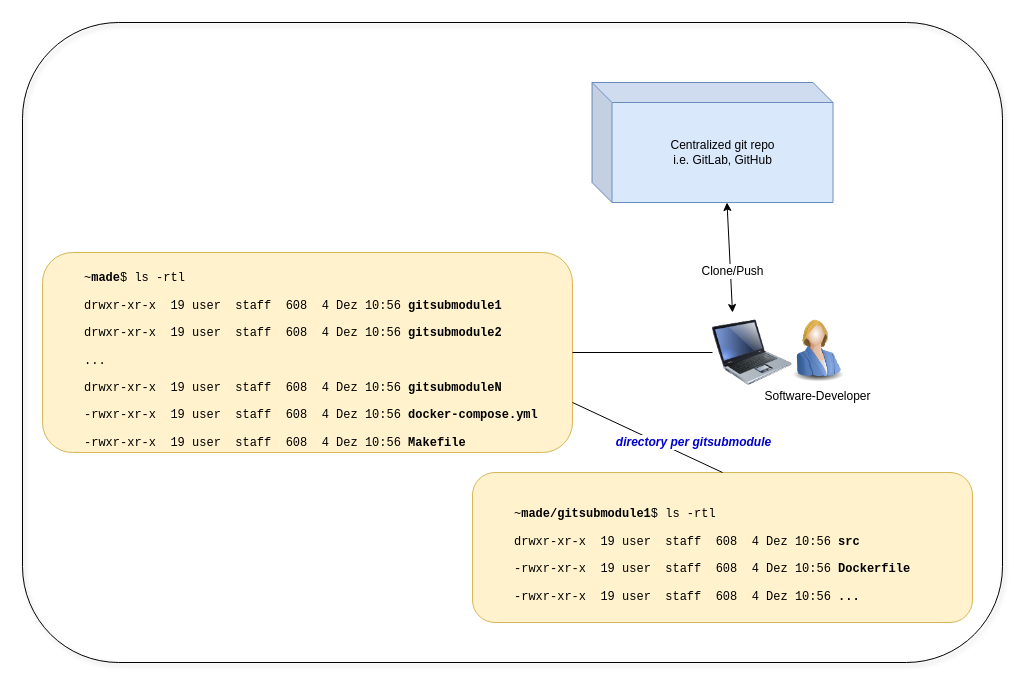
The draw.io diagram docs/overview_it_platform.drawio in erebos12/made, before the edit. Source tidied: cells renumbered, new cells numbered last; positions are measured from the earlier drawing's top-left corner, leaving out a move shared by most shapes. Both pictures are drawn from the tidied source at 100%, with x=0, y=0 at pixel (22, 22).
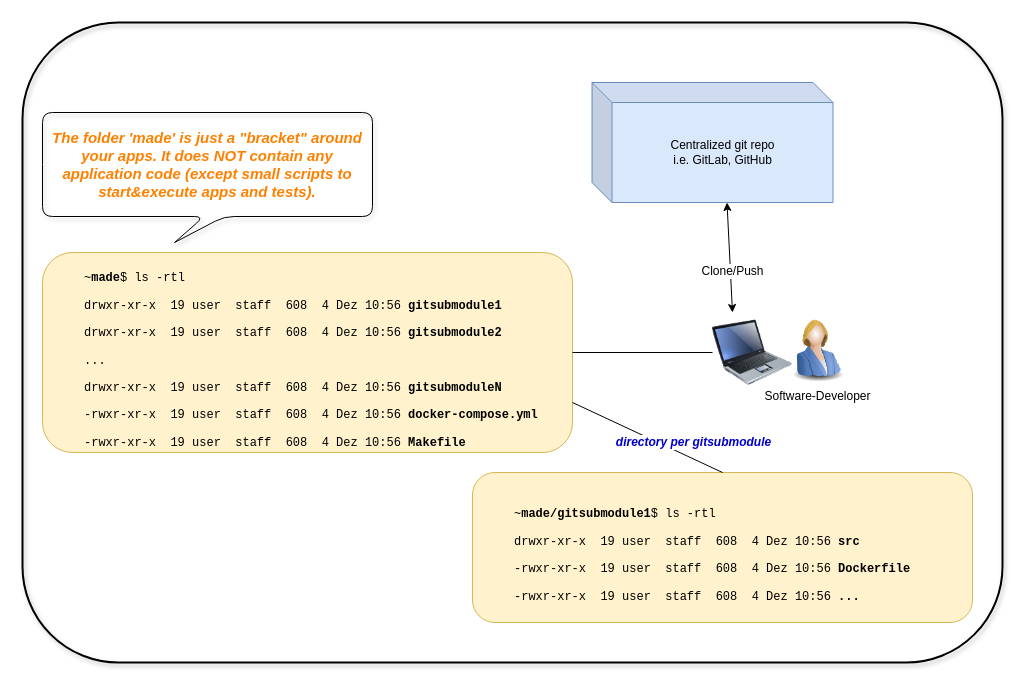
After the change.

Diff of the diagram source:
```diff
@@
 <mxGraphModel>
   <root>
     <mxCell id="0" />
     <mxCell id="1" parent="0" />
     <mxCell id="2" value="Centralized git repo &lt;br&gt;i.e. GitLab, GitHub" style="shape=cube;whiteSpace=wrap;html=1;boundedLbl=1;backgroundOutline=1;darkOpacity=0.05;darkOpacity2=0.1;fillColor=#dae8fc;strokeColor=#6c8ebf;" parent="1" vertex="1">
       <mxGeometry x="569.5" y="60" width="241" height="120" as="geometry" />
     </mxCell>
     <mxCell id="3" value="Software-Developer" style="image;html=1;labelBackgroundColor=#ffffff;image=img/lib/clip_art/people/Suit_Woman_Blue_128x128.png;" parent="1" vertex="1">
       <mxGeometry x="760" y="290" width="70" height="70" as="geometry" />
     </mxCell>
     <mxCell id="4" style="image;html=1;labelBackgroundColor=#ffffff;image=img/lib/clip_art/computers/Laptop_128x128.png;" parent="1" vertex="1">
       <mxGeometry x="690" y="290" width="80" height="80" as="geometry" />
     </mxCell>
     <mxCell id="5" style="endArrow=classic;startArrow=classic;html=1;entryX=0;entryY=0;entryDx=135;entryDy=120;entryPerimeter=0;exitX=0.25;exitY=0;exitDx=0;exitDy=0;" parent="1" edge="1" source="4" target="2">
       <mxGeometry relative="1" as="geometry" />
     </mxCell>
     <mxCell id="6" value="Clone/Push" style="text;html=1;align=center;verticalAlign=middle;labelBackgroundColor=#ffffff;" parent="5" vertex="1">
       <mxGeometry x="-0.28" y="-1" relative="1" as="geometry">
         <mxPoint y="-1" as="offset" />
       </mxGeometry>
     </mxCell>
     <mxCell id="7" value="&lt;blockquote style=&quot;margin: 0 0 0 40px ; border: none ; padding: 0px&quot;&gt;&lt;div&gt;&lt;font face=&quot;Courier New&quot;&gt;&lt;br&gt;&lt;/font&gt;&lt;/div&gt;&lt;p class=&quot;p1&quot;&gt;&lt;span class=&quot;s1&quot;&gt;&lt;font face=&quot;Courier New&quot;&gt;~&lt;b&gt;made&lt;/b&gt;$ ls -rtl&lt;/font&gt;&lt;/span&gt;&lt;/p&gt;&lt;p class=&quot;p1&quot;&gt;&lt;span style=&quot;font-family: &amp;#34;courier new&amp;#34;&quot;&gt;drwxr-xr-x&lt;/span&gt;&lt;span class=&quot;Apple-converted-space&quot; style=&quot;font-family: &amp;#34;courier new&amp;#34;&quot;&gt;&amp;nbsp; &lt;/span&gt;&lt;span style=&quot;font-family: &amp;#34;courier new&amp;#34;&quot;&gt;19 user&lt;/span&gt;&lt;span class=&quot;Apple-converted-space&quot; style=&quot;font-family: &amp;#34;courier new&amp;#34;&quot;&gt;&amp;nbsp; &lt;/span&gt;&lt;span style=&quot;font-family: &amp;#34;courier new&amp;#34;&quot;&gt;staff&lt;/span&gt;&lt;span class=&quot;Apple-converted-space&quot; style=&quot;font-family: &amp;#34;courier new&amp;#34;&quot;&gt;&amp;nbsp; &lt;/span&gt;&lt;span style=&quot;font-family: &amp;#34;courier new&amp;#34;&quot;&gt;608&lt;/span&gt;&lt;span class=&quot;Apple-converted-space&quot; style=&quot;font-family: &amp;#34;courier new&amp;#34;&quot;&gt;&amp;nbsp; &lt;/span&gt;&lt;span style=&quot;font-family: &amp;#34;courier new&amp;#34;&quot;&gt;4 Dez 10:56 &lt;b&gt;gitsubmodule1&lt;/b&gt;&lt;/span&gt;&lt;/p&gt;&lt;p class=&quot;p1&quot;&gt;&lt;span style=&quot;font-family: &amp;#34;courier new&amp;#34;&quot;&gt;drwxr-xr-x&lt;/span&gt;&lt;span class=&quot;Apple-converted-space&quot; style=&quot;font-family: &amp;#34;courier new&amp;#34;&quot;&gt;&amp;nbsp;&amp;nbsp;&lt;/span&gt;&lt;span style=&quot;font-family: &amp;#34;courier new&amp;#34;&quot;&gt;19 user&lt;/span&gt;&lt;span class=&quot;Apple-converted-space&quot; style=&quot;font-family: &amp;#34;courier new&amp;#34;&quot;&gt;&amp;nbsp;&amp;nbsp;&lt;/span&gt;&lt;span style=&quot;font-family: &amp;#34;courier new&amp;#34;&quot;&gt;staff&lt;/span&gt;&lt;span class=&quot;Apple-converted-space&quot; style=&quot;font-family: &amp;#34;courier new&amp;#34;&quot;&gt;&amp;nbsp;&amp;nbsp;&lt;/span&gt;&lt;span style=&quot;font-family: &amp;#34;courier new&amp;#34;&quot;&gt;608&lt;/span&gt;&lt;span class=&quot;Apple-converted-space&quot; style=&quot;font-family: &amp;#34;courier new&amp;#34;&quot;&gt;&amp;nbsp;&amp;nbsp;&lt;/span&gt;&lt;span style=&quot;font-family: &amp;#34;courier new&amp;#34;&quot;&gt;4 Dez 10:56 &lt;b&gt;gitsubmodule2&lt;/b&gt;&lt;/span&gt;&lt;/p&gt;&lt;p class=&quot;p1&quot;&gt;&lt;font face=&quot;Courier New&quot;&gt;...&lt;/font&gt;&lt;/p&gt;&lt;p class=&quot;p1&quot;&gt;&lt;font face=&quot;Courier New&quot;&gt;drwxr-xr-x&lt;span class=&quot;Apple-converted-space&quot;&gt;&amp;nbsp;&amp;nbsp;&lt;/span&gt;19 user&lt;span class=&quot;Apple-converted-space&quot;&gt;&amp;nbsp;&amp;nbsp;&lt;/span&gt;staff&lt;span class=&quot;Apple-converted-space&quot;&gt;&amp;nbsp;&amp;nbsp;&lt;/span&gt;608&lt;span class=&quot;Apple-converted-space&quot;&gt;&amp;nbsp;&amp;nbsp;&lt;/span&gt;4 Dez 10:56 &lt;b&gt;gitsubmoduleN&lt;/b&gt;&lt;/font&gt;&lt;/p&gt;&lt;p class=&quot;p1&quot;&gt;&lt;font face=&quot;Courier New&quot;&gt;-rwxr-xr-x&lt;span class=&quot;Apple-converted-space&quot;&gt;&amp;nbsp;&amp;nbsp;&lt;/span&gt;19 user&lt;span class=&quot;Apple-converted-space&quot;&gt;&amp;nbsp;&amp;nbsp;&lt;/span&gt;staff&lt;span class=&quot;Apple-converted-space&quot;&gt;&amp;nbsp;&amp;nbsp;&lt;/span&gt;608&lt;span class=&quot;Apple-converted-space&quot;&gt;&amp;nbsp;&amp;nbsp;&lt;/span&gt;4 Dez 10:56&amp;nbsp;&lt;b&gt;docker-compose.yml&lt;/b&gt;&lt;/font&gt;&lt;/p&gt;&lt;p class=&quot;p1&quot;&gt;&lt;span style=&quot;font-family: &amp;#34;courier new&amp;#34;&quot;&gt;-rwxr-xr-x&lt;/span&gt;&lt;span class=&quot;Apple-converted-space&quot; style=&quot;font-family: &amp;#34;courier new&amp;#34;&quot;&gt;&amp;nbsp;&amp;nbsp;&lt;/span&gt;&lt;span style=&quot;font-family: &amp;#34;courier new&amp;#34;&quot;&gt;19 user&lt;/span&gt;&lt;span class=&quot;Apple-converted-space&quot; style=&quot;font-family: &amp;#34;courier new&amp;#34;&quot;&gt;&amp;nbsp;&amp;nbsp;&lt;/span&gt;&lt;span style=&quot;font-family: &amp;#34;courier new&amp;#34;&quot;&gt;staff&lt;/span&gt;&lt;span class=&quot;Apple-converted-space&quot; style=&quot;font-family: &amp;#34;courier new&amp;#34;&quot;&gt;&amp;nbsp;&amp;nbsp;&lt;/span&gt;&lt;span style=&quot;font-family: &amp;#34;courier new&amp;#34;&quot;&gt;608&lt;/span&gt;&lt;span class=&quot;Apple-converted-space&quot; style=&quot;font-family: &amp;#34;courier new&amp;#34;&quot;&gt;&amp;nbsp;&amp;nbsp;&lt;/span&gt;&lt;span style=&quot;font-family: &amp;#34;courier new&amp;#34;&quot;&gt;4 Dez 10:56&lt;/span&gt;&lt;span style=&quot;font-family: &amp;#34;courier new&amp;#34;&quot;&gt;&amp;nbsp;&lt;/span&gt;&lt;b style=&quot;font-family: &amp;#34;courier new&amp;#34;&quot;&gt;Makefile&lt;/b&gt;&lt;font face=&quot;Courier New&quot;&gt;&lt;b&gt;&lt;br&gt;&lt;/b&gt;&lt;/font&gt;&lt;/p&gt;&lt;/blockquote&gt;" style="rounded=1;whiteSpace=wrap;html=1;align=left;fillColor=#fff2cc;strokeColor=#d6b656;" parent="1" vertex="1">
       <mxGeometry x="20" y="230" width="530" height="200" as="geometry" />
     </mxCell>
     <mxCell id="8" style="endArrow=none;html=1;entryX=0;entryY=0.5;entryDx=0;entryDy=0;exitX=1;exitY=0.5;exitDx=0;exitDy=0;" parent="1" edge="1" source="7" target="4">
       <mxGeometry relative="1" as="geometry" />
     </mxCell>
     <mxCell id="9" value="&lt;blockquote style=&quot;margin: 0 0 0 40px ; border: none ; padding: 0px&quot;&gt;&lt;div&gt;&lt;font face=&quot;Courier New&quot;&gt;&lt;br&gt;&lt;/font&gt;&lt;/div&gt;&lt;p class=&quot;p1&quot;&gt;&lt;span class=&quot;s1&quot;&gt;&lt;font face=&quot;Courier New&quot;&gt;~&lt;b&gt;made/gitsubmodule1&lt;/b&gt;$ ls -rtl&lt;/font&gt;&lt;/span&gt;&lt;/p&gt;&lt;p class=&quot;p1&quot;&gt;&lt;span style=&quot;font-family: &amp;#34;courier new&amp;#34;&quot;&gt;drwxr-xr-x&lt;/span&gt;&lt;span class=&quot;Apple-converted-space&quot; style=&quot;font-family: &amp;#34;courier new&amp;#34;&quot;&gt;&amp;nbsp; &lt;/span&gt;&lt;span style=&quot;font-family: &amp;#34;courier new&amp;#34;&quot;&gt;19 user&lt;/span&gt;&lt;span class=&quot;Apple-converted-space&quot; style=&quot;font-family: &amp;#34;courier new&amp;#34;&quot;&gt;&amp;nbsp; &lt;/span&gt;&lt;span style=&quot;font-family: &amp;#34;courier new&amp;#34;&quot;&gt;staff&lt;/span&gt;&lt;span class=&quot;Apple-converted-space&quot; style=&quot;font-family: &amp;#34;courier new&amp;#34;&quot;&gt;&amp;nbsp; &lt;/span&gt;&lt;span style=&quot;font-family: &amp;#34;courier new&amp;#34;&quot;&gt;608&lt;/span&gt;&lt;span class=&quot;Apple-converted-space&quot; style=&quot;font-family: &amp;#34;courier new&amp;#34;&quot;&gt;&amp;nbsp; &lt;/span&gt;&lt;span style=&quot;font-family: &amp;#34;courier new&amp;#34;&quot;&gt;4 Dez 10:56 &lt;b&gt;src&lt;/b&gt;&lt;/span&gt;&lt;/p&gt;&lt;p class=&quot;p1&quot;&gt;&lt;span style=&quot;font-family: &amp;#34;courier new&amp;#34;&quot;&gt;-rwxr-xr-x&lt;/span&gt;&lt;span class=&quot;Apple-converted-space&quot; style=&quot;font-family: &amp;#34;courier new&amp;#34;&quot;&gt;&amp;nbsp;&amp;nbsp;&lt;/span&gt;&lt;span style=&quot;font-family: &amp;#34;courier new&amp;#34;&quot;&gt;19 user&lt;/span&gt;&lt;span class=&quot;Apple-converted-space&quot; style=&quot;font-family: &amp;#34;courier new&amp;#34;&quot;&gt;&amp;nbsp;&amp;nbsp;&lt;/span&gt;&lt;span style=&quot;font-family: &amp;#34;courier new&amp;#34;&quot;&gt;staff&lt;/span&gt;&lt;span class=&quot;Apple-converted-space&quot; style=&quot;font-family: &amp;#34;courier new&amp;#34;&quot;&gt;&amp;nbsp;&amp;nbsp;&lt;/span&gt;&lt;span style=&quot;font-family: &amp;#34;courier new&amp;#34;&quot;&gt;608&lt;/span&gt;&lt;span class=&quot;Apple-converted-space&quot; style=&quot;font-family: &amp;#34;courier new&amp;#34;&quot;&gt;&amp;nbsp;&amp;nbsp;&lt;/span&gt;&lt;span style=&quot;font-family: &amp;#34;courier new&amp;#34;&quot;&gt;4 Dez 10:56&amp;nbsp;&lt;/span&gt;&lt;b style=&quot;font-family: &amp;#34;courier new&amp;#34;&quot;&gt;Dockerfile&lt;/b&gt;&lt;br&gt;&lt;/p&gt;&lt;p class=&quot;p1&quot;&gt;&lt;span style=&quot;font-family: &amp;#34;courier new&amp;#34;&quot;&gt;-rwxr-xr-x&lt;/span&gt;&lt;span class=&quot;Apple-converted-space&quot; style=&quot;font-family: &amp;#34;courier new&amp;#34;&quot;&gt;&amp;nbsp;&amp;nbsp;&lt;/span&gt;&lt;span style=&quot;font-family: &amp;#34;courier new&amp;#34;&quot;&gt;19 user&lt;/span&gt;&lt;span class=&quot;Apple-converted-space&quot; style=&quot;font-family: &amp;#34;courier new&amp;#34;&quot;&gt;&amp;nbsp;&amp;nbsp;&lt;/span&gt;&lt;span style=&quot;font-family: &amp;#34;courier new&amp;#34;&quot;&gt;staff&lt;/span&gt;&lt;span class=&quot;Apple-converted-space&quot; style=&quot;font-family: &amp;#34;courier new&amp;#34;&quot;&gt;&amp;nbsp;&amp;nbsp;&lt;/span&gt;&lt;span style=&quot;font-family: &amp;#34;courier new&amp;#34;&quot;&gt;608&lt;/span&gt;&lt;span class=&quot;Apple-converted-space&quot; style=&quot;font-family: &amp;#34;courier new&amp;#34;&quot;&gt;&amp;nbsp;&amp;nbsp;&lt;/span&gt;&lt;span style=&quot;font-family: &amp;#34;courier new&amp;#34;&quot;&gt;4 Dez 10:56&lt;/span&gt;&lt;span style=&quot;font-family: &amp;#34;courier new&amp;#34;&quot;&gt;&amp;nbsp;&lt;b&gt;...&lt;/b&gt;&lt;/span&gt;&lt;font face=&quot;Courier New&quot;&gt;&lt;b&gt;&lt;br&gt;&lt;/b&gt;&lt;/font&gt;&lt;/p&gt;&lt;/blockquote&gt;" style="rounded=1;whiteSpace=wrap;html=1;align=left;fillColor=#fff2cc;strokeColor=#d6b656;" parent="1" vertex="1">
       <mxGeometry x="450" y="450" width="500" height="150" as="geometry" />
     </mxCell>
     <mxCell id="10" style="endArrow=none;html=1;entryX=1;entryY=0.75;entryDx=0;entryDy=0;exitX=0.5;exitY=0;exitDx=0;exitDy=0;" parent="1" edge="1" source="9" target="7">
       <mxGeometry relative="1" as="geometry" />
     </mxCell>
     <mxCell id="11" value="&lt;i&gt;&lt;font color=&quot;#0000cc&quot;&gt;&lt;b&gt;directory per gitsubmodule&lt;/b&gt;&lt;/font&gt;&lt;/i&gt;" style="text;html=1;align=center;verticalAlign=middle;labelBackgroundColor=#ffffff;" parent="10" vertex="1">
       <mxGeometry x="0.02" y="-4" relative="1" as="geometry">
         <mxPoint x="44.5" y="9" as="offset" />
       </mxGeometry>
     </mxCell>
-    <mxCell id="12" style="rounded=1;whiteSpace=wrap;html=1;glass=0;fillColor=none;comic=0;shadow=1;" parent="1" vertex="1">
+    <mxCell id="12" style="rounded=1;whiteSpace=wrap;html=1;glass=0;fillColor=none;comic=0;shadow=1;strokeColor=#000000;strokeWidth=2;" parent="1" vertex="1">
       <mxGeometry width="980" height="640" as="geometry" />
     </mxCell>
+    <mxCell id="13" value="&lt;i&gt;&lt;font color=&quot;#ff8000&quot; style=&quot;font-size: 15px&quot;&gt;&lt;b&gt;The folder 'made' is just a &quot;bracket&quot; around your apps. It does NOT contain any application code (except small scripts to start&amp;amp;execute apps and tests).&lt;/b&gt;&lt;/font&gt;&lt;/i&gt;" style="shape=callout;whiteSpace=wrap;html=1;perimeter=calloutPerimeter;rounded=1;shadow=1;glass=0;comic=0;fillColor=none;size=26;position=0.49;position2=0.4;" parent="1" vertex="1">
+      <mxGeometry x="20" y="90" width="330" height="130" as="geometry" />
+    </mxCell>
   </root>
 </mxGraphModel>
```
